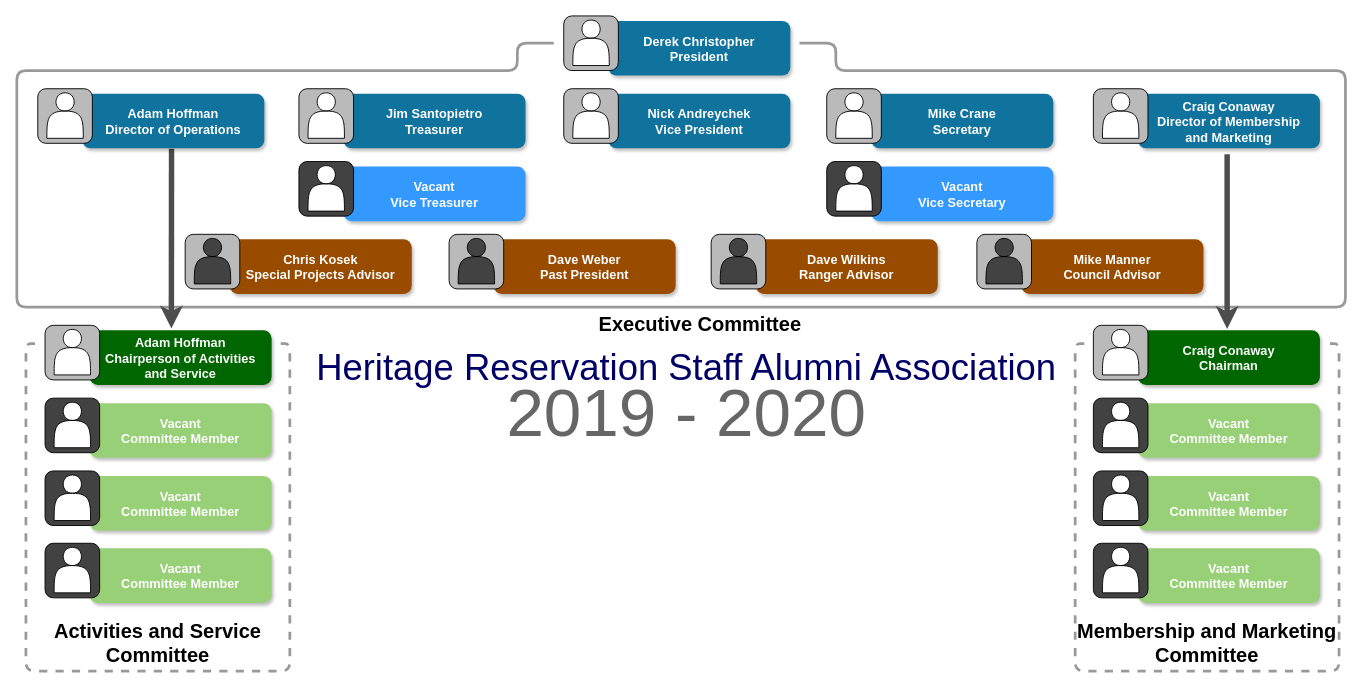
This is HRSAA 2019-2020 Orfanizational Chart.drawio from cubby57/HR, a draw.io file, before an edit. Source tidied: cells renumbered, new cells numbered last; positions are measured from the earlier drawing's top-left corner, leaving out a move shared by most shapes. Both pictures are drawn from the tidied source at 91%, with x=0, y=0 at pixel (16, 15).
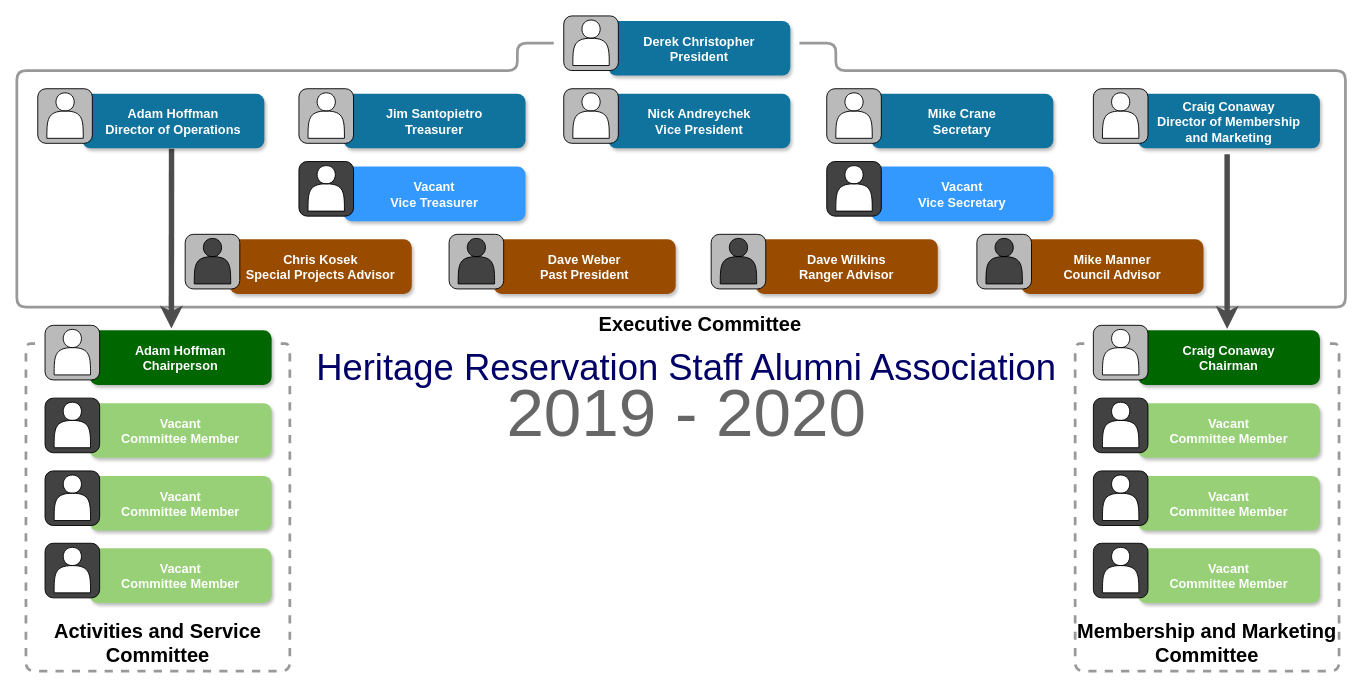
The same diagram, later.

Unchanged cells that the change refers to:
```xml
<mxCell id="64" style="group;" parent="63" vertex="1">
  <mxGeometry x="38" width="232" height="65.5" as="geometry" />
</mxCell>
```

What changed in the source:
```diff
@@
-    <mxCell id="65" value="Adam Hoffman&#10;Chairperson of Activities&#10;and Service" style="rounded=1;fillColor=#006600;strokeColor=none;shadow=1;gradientColor=none;fontStyle=1;fontColor=#FFFFFF;fontSize=14;" parent="64" vertex="1">
+    <mxCell id="65" value="Adam Hoffman&#10;Chairperson" style="rounded=1;fillColor=#006600;strokeColor=none;shadow=1;gradientColor=none;fontStyle=1;fontColor=#FFFFFF;fontSize=14;" parent="64" vertex="1">
       <mxGeometry x="32" y="5.5" width="200" height="60" as="geometry" />
     </mxCell>
```
